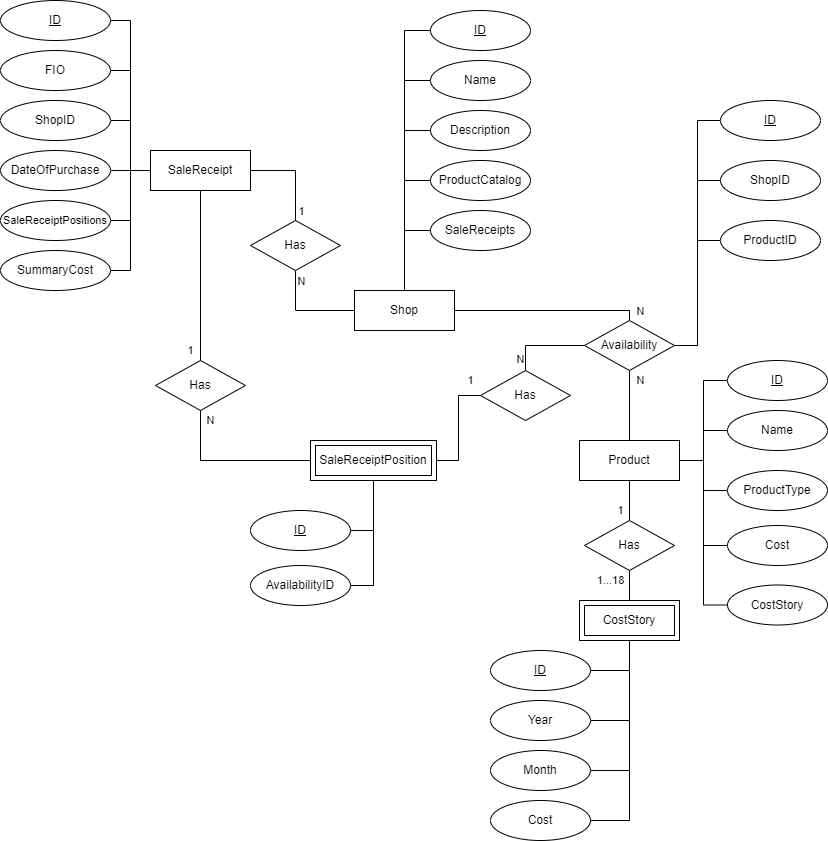
Yokud/DBCourseWork keeps this draw.io diagram as docs/imgs/ER.drawio.png. Above is the earlier version. Source tidied: cells renumbered, new cells last; positions are measured from the earlier drawing's top-left corner, leaving out a move shared by most shapes.
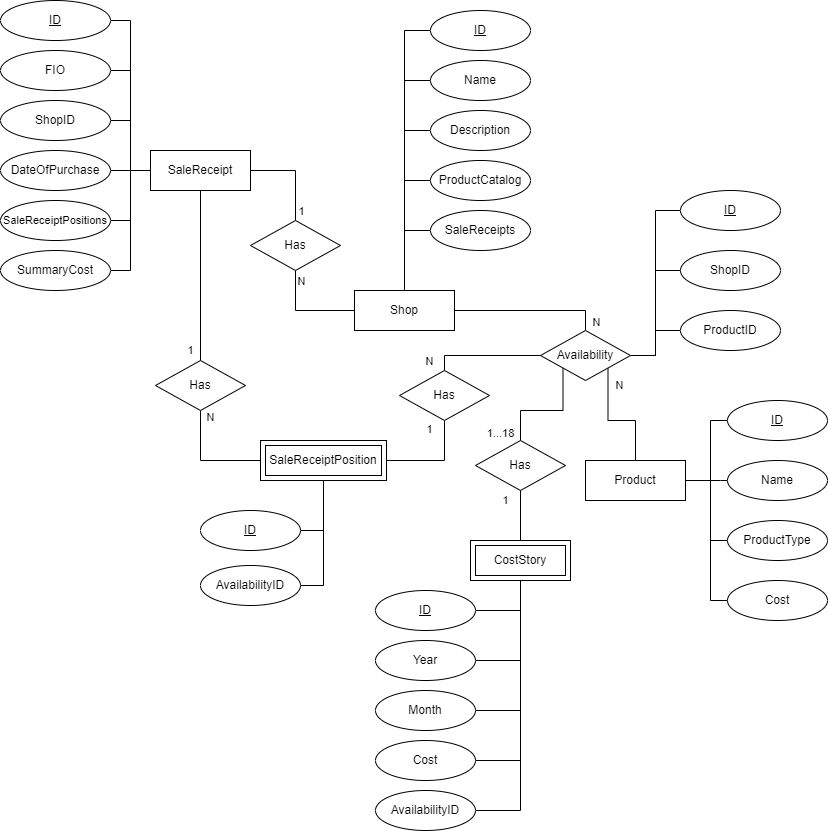
Above is the later version.

What changed in the source:
```diff
@@ -19,18 +19,15 @@
     <mxCell id="6" value="N" style="edgeStyle=orthogonalEdgeStyle;rounded=0;jettySize=auto;html=1;exitX=1;exitY=0.5;exitDx=0;exitDy=0;entryX=0.5;entryY=0;entryDx=0;entryDy=0;endArrow=none;endFill=0;" parent="1" edge="1" source="7" target="73">
       <mxGeometry x="0.9" y="11" relative="1" as="geometry">
         <Array as="points">
-          <mxPoint x="629" y="310" />
+          <mxPoint x="585" y="310" />
         </Array>
       </mxGeometry>
     </mxCell>
     <mxCell id="7" value="Shop" style="whiteSpace=wrap;html=1;align=center;" parent="1" vertex="1">
       <mxGeometry x="354" y="290" width="100" height="40" as="geometry" />
     </mxCell>
-    <mxCell id="8" value="1" style="edgeStyle=orthogonalEdgeStyle;rounded=0;jettySize=auto;html=1;exitX=0.5;exitY=1;exitDx=0;exitDy=0;entryX=0.5;entryY=0;entryDx=0;entryDy=0;endArrow=none;endFill=0;" parent="1" edge="1" source="9" target="49">
-      <mxGeometry x="0.5" y="-9" relative="1" as="geometry" />
-    </mxCell>
     <mxCell id="9" value="Product" style="whiteSpace=wrap;html=1;align=center;" parent="1" vertex="1">
-      <mxGeometry x="579" y="440" width="100" height="40" as="geometry" />
+      <mxGeometry x="585" y="460" width="100" height="40" as="geometry" />
     </mxCell>
     <mxCell id="10" style="edgeStyle=orthogonalEdgeStyle;rounded=0;jettySize=auto;html=1;exitX=0;exitY=0.5;exitDx=0;exitDy=0;entryX=0.5;entryY=0;entryDx=0;entryDy=0;endArrow=none;endFill=0;" parent="1" edge="1" source="11" target="7">
       <mxGeometry relative="1" as="geometry" />
@@ -118,113 +115,145 @@
     <mxCell id="37" style="edgeStyle=orthogonalEdgeStyle;rounded=0;jettySize=auto;html=1;exitX=0.5;exitY=1;exitDx=0;exitDy=0;entryX=1;entryY=0.5;entryDx=0;entryDy=0;endArrow=none;endFill=0;" parent="1" edge="1" source="39" target="68">
       <mxGeometry relative="1" as="geometry" />
     </mxCell>
-    <mxCell id="38" value="1" style="edgeStyle=orthogonalEdgeStyle;rounded=0;jettySize=auto;html=1;exitX=1;exitY=0.5;exitDx=0;exitDy=0;entryX=0;entryY=0.5;entryDx=0;entryDy=0;endArrow=none;endFill=0;" parent="1" edge="1" source="39" target="72">
+    <mxCell id="38" value="1" style="edgeStyle=orthogonalEdgeStyle;rounded=0;jettySize=auto;html=1;exitX=1;exitY=0.5;exitDx=0;exitDy=0;entryX=0.5;entryY=1;entryDx=0;entryDy=0;endArrow=none;endFill=0;" parent="1" edge="1" source="39" target="72">
       <mxGeometry x="0.82" y="15" relative="1" as="geometry" />
     </mxCell>
     <mxCell id="39" value="SaleReceiptPosition" style="shape=ext;margin=3;double=1;whiteSpace=wrap;html=1;align=center;" parent="1" vertex="1">
-      <mxGeometry x="310" y="440" width="126" height="40" as="geometry" />
+      <mxGeometry x="260" y="440" width="126" height="40" as="geometry" />
     </mxCell>
     <mxCell id="40" style="edgeStyle=orthogonalEdgeStyle;rounded=0;jettySize=auto;html=1;exitX=1;exitY=0.5;exitDx=0;exitDy=0;entryX=0.5;entryY=1;entryDx=0;entryDy=0;endArrow=none;endFill=0;" parent="1" edge="1" source="41" target="50">
       <mxGeometry relative="1" as="geometry" />
     </mxCell>
     <mxCell id="41" value="ID" style="ellipse;whiteSpace=wrap;html=1;align=center;fontStyle=4;" parent="1" vertex="1">
-      <mxGeometry x="490" y="650" width="100" height="40" as="geometry" />
+      <mxGeometry x="375" y="590" width="100" height="40" as="geometry" />
     </mxCell>
     <mxCell id="42" style="edgeStyle=orthogonalEdgeStyle;rounded=0;jettySize=auto;html=1;exitX=1;exitY=0.5;exitDx=0;exitDy=0;endArrow=none;endFill=0;entryX=0.5;entryY=1;entryDx=0;entryDy=0;" parent="1" edge="1" source="43" target="50">
       <mxGeometry relative="1" as="geometry" />
     </mxCell>
     <mxCell id="43" value="Year" style="ellipse;whiteSpace=wrap;html=1;align=center;" parent="1" vertex="1">
-      <mxGeometry x="490" y="700" width="100" height="40" as="geometry" />
+      <mxGeometry x="375" y="640" width="100" height="40" as="geometry" />
     </mxCell>
     <mxCell id="44" style="edgeStyle=orthogonalEdgeStyle;rounded=0;jettySize=auto;html=1;exitX=1;exitY=0.5;exitDx=0;exitDy=0;entryX=0.5;entryY=1;entryDx=0;entryDy=0;endArrow=none;endFill=0;" parent="1" edge="1" source="45" target="50">
       <mxGeometry relative="1" as="geometry" />
     </mxCell>
     <mxCell id="45" value="Month" style="ellipse;whiteSpace=wrap;html=1;align=center;" parent="1" vertex="1">
-      <mxGeometry x="490" y="750" width="100" height="40" as="geometry" />
+      <mxGeometry x="375" y="690" width="100" height="40" as="geometry" />
     </mxCell>
     <mxCell id="46" style="edgeStyle=orthogonalEdgeStyle;rounded=0;jettySize=auto;html=1;exitX=1;exitY=0.5;exitDx=0;exitDy=0;endArrow=none;endFill=0;entryX=0.5;entryY=1;entryDx=0;entryDy=0;" parent="1" edge="1" source="47" target="50">
       <mxGeometry relative="1" as="geometry" />
     </mxCell>
     <mxCell id="47" value="Cost" style="ellipse;whiteSpace=wrap;html=1;align=center;" parent="1" vertex="1">
-      <mxGeometry x="490" y="800" width="100" height="40" as="geometry" />
+      <mxGeometry x="375" y="740" width="100" height="40" as="geometry" />
     </mxCell>
-    <mxCell id="48" value="1...18" style="edgeStyle=orthogonalEdgeStyle;rounded=0;jettySize=auto;html=1;exitX=0.5;exitY=1;exitDx=0;exitDy=0;entryX=0.5;entryY=0;entryDx=0;entryDy=0;endArrow=none;endFill=0;" parent="1" edge="1" source="49" target="50">
-      <mxGeometry x="-0.33" y="-19" relative="1" as="geometry" />
+    <mxCell id="48" value="1" style="edgeStyle=orthogonalEdgeStyle;rounded=0;jettySize=auto;html=1;entryX=0.5;entryY=0;entryDx=0;entryDy=0;endArrow=none;endFill=0;exitX=0.5;exitY=1;exitDx=0;exitDy=0;" parent="1" edge="1" source="49" target="50">
+      <mxGeometry x="-0.6" y="-15" relative="1" as="geometry" />
     </mxCell>
-    <mxCell id="49" value="Has" style="shape=rhombus;perimeter=rhombusPerimeter;whiteSpace=wrap;html=1;align=center;" parent="1" vertex="1">
-      <mxGeometry x="584" y="520" width="90" height="50" as="geometry" />
-    </mxCell>
     <mxCell id="50" value="CostStory" style="shape=ext;margin=3;double=1;whiteSpace=wrap;html=1;align=center;" parent="1" vertex="1">
-      <mxGeometry x="579" y="600" width="100" height="40" as="geometry" />
+      <mxGeometry x="470" y="540" width="100" height="40" as="geometry" />
     </mxCell>
     <mxCell id="51" style="edgeStyle=orthogonalEdgeStyle;rounded=0;jettySize=auto;html=1;exitX=0;exitY=0.5;exitDx=0;exitDy=0;entryX=1;entryY=0.5;entryDx=0;entryDy=0;endArrow=none;endFill=0;" parent="1" edge="1" source="52" target="9">
-      <mxGeometry relative="1" as="geometry" />
+      <mxGeometry relative="1" as="geometry">
+        <Array as="points">
+          <mxPoint x="710" y="420" />
+          <mxPoint x="710" y="480" />
+        </Array>
+      </mxGeometry>
     </mxCell>
     <mxCell id="52" value="ID" style="ellipse;whiteSpace=wrap;html=1;align=center;fontStyle=4;" parent="1" vertex="1">
-      <mxGeometry x="727" y="360" width="100" height="40" as="geometry" />
+      <mxGeometry x="727" y="400" width="100" height="40" as="geometry" />
     </mxCell>
     <mxCell id="53" style="edgeStyle=orthogonalEdgeStyle;rounded=0;jettySize=auto;html=1;exitX=0;exitY=0.5;exitDx=0;exitDy=0;entryX=1;entryY=0.5;entryDx=0;entryDy=0;endArrow=none;endFill=0;" parent="1" edge="1" source="54" target="9">
-      <mxGeometry relative="1" as="geometry" />
+      <mxGeometry relative="1" as="geometry">
+        <Array as="points">
+          <mxPoint x="720" y="480" />
+          <mxPoint x="720" y="480" />
+        </Array>
+      </mxGeometry>
     </mxCell>
     <mxCell id="54" value="Name" style="ellipse;whiteSpace=wrap;html=1;align=center;" parent="1" vertex="1">
-      <mxGeometry x="727" y="410" width="100" height="40" as="geometry" />
+      <mxGeometry x="727" y="460" width="100" height="40" as="geometry" />
     </mxCell>
     <mxCell id="55" style="edgeStyle=orthogonalEdgeStyle;rounded=0;jettySize=auto;html=1;exitX=0;exitY=0.5;exitDx=0;exitDy=0;entryX=1;entryY=0.5;entryDx=0;entryDy=0;endArrow=none;endFill=0;" parent="1" edge="1" source="56" target="9">
-      <mxGeometry relative="1" as="geometry" />
+      <mxGeometry relative="1" as="geometry">
+        <Array as="points">
+          <mxPoint x="710" y="540" />
+          <mxPoint x="710" y="480" />
+        </Array>
+      </mxGeometry>
     </mxCell>
     <mxCell id="56" value="ProductType" style="ellipse;whiteSpace=wrap;html=1;align=center;" parent="1" vertex="1">
-      <mxGeometry x="727" y="470" width="100" height="40" as="geometry" />
+      <mxGeometry x="727" y="520" width="100" height="40" as="geometry" />
     </mxCell>
-    <mxCell id="57" style="edgeStyle=orthogonalEdgeStyle;rounded=0;jettySize=auto;html=1;exitX=0;exitY=0.5;exitDx=0;exitDy=0;entryX=1;entryY=0.5;entryDx=0;entryDy=0;endArrow=none;endFill=0;" parent="1" edge="1" source="58" target="9">
-      <mxGeometry relative="1" as="geometry" />
-    </mxCell>
-    <mxCell id="58" value="Cost" style="ellipse;whiteSpace=wrap;html=1;align=center;" parent="1" vertex="1">
-      <mxGeometry x="727" y="525" width="100" height="40" as="geometry" />
-    </mxCell>
-    <mxCell id="59" style="edgeStyle=orthogonalEdgeStyle;rounded=0;jettySize=auto;html=1;exitX=0;exitY=0.5;exitDx=0;exitDy=0;entryX=1;entryY=0.5;entryDx=0;entryDy=0;endArrow=none;endFill=0;" parent="1" edge="1" source="60" target="9">
-      <mxGeometry relative="1" as="geometry" />
-    </mxCell>
-    <mxCell id="60" value="CostStory" style="ellipse;whiteSpace=wrap;html=1;align=center;" parent="1" vertex="1">
-      <mxGeometry x="727" y="584.5" width="100" height="40" as="geometry" />
-    </mxCell>
-    <mxCell id="61" value="N" style="edgeStyle=orthogonalEdgeStyle;rounded=0;jettySize=auto;html=1;entryX=0.5;entryY=0;entryDx=0;entryDy=0;endArrow=none;endFill=0;exitX=0.5;exitY=1;exitDx=0;exitDy=0;" parent="1" edge="1" source="73" target="9">
+    <mxCell id="61" value="N" style="edgeStyle=orthogonalEdgeStyle;rounded=0;jettySize=auto;html=1;entryX=0.5;entryY=0;entryDx=0;entryDy=0;endArrow=none;endFill=0;exitX=1;exitY=1;exitDx=0;exitDy=0;" parent="1" edge="1" source="73" target="9">
       <mxGeometry x="-0.71" y="11" relative="1" as="geometry" />
     </mxCell>
     <mxCell id="62" style="edgeStyle=orthogonalEdgeStyle;rounded=0;jettySize=auto;html=1;exitX=0;exitY=0.5;exitDx=0;exitDy=0;entryX=1;entryY=0.5;entryDx=0;entryDy=0;endArrow=none;endFill=0;" parent="1" edge="1" source="63" target="73">
       <mxGeometry relative="1" as="geometry" />
     </mxCell>
     <mxCell id="63" value="ShopID" style="ellipse;whiteSpace=wrap;html=1;align=center;" parent="1" vertex="1">
-      <mxGeometry x="720" y="160" width="100" height="40" as="geometry" />
+      <mxGeometry x="680" y="250" width="100" height="40" as="geometry" />
     </mxCell>
     <mxCell id="64" style="edgeStyle=orthogonalEdgeStyle;rounded=0;jettySize=auto;html=1;exitX=0;exitY=0.5;exitDx=0;exitDy=0;entryX=1;entryY=0.5;entryDx=0;entryDy=0;endArrow=none;endFill=0;" parent="1" edge="1" source="65" target="73">
       <mxGeometry relative="1" as="geometry" />
     </mxCell>
     <mxCell id="65" value="ProductID" style="ellipse;whiteSpace=wrap;html=1;align=center;" parent="1" vertex="1">
-      <mxGeometry x="720" y="220" width="100" height="40" as="geometry" />
+      <mxGeometry x="680" y="310" width="100" height="40" as="geometry" />
     </mxCell>
     <mxCell id="66" style="edgeStyle=orthogonalEdgeStyle;rounded=0;jettySize=auto;html=1;exitX=0;exitY=0.5;exitDx=0;exitDy=0;entryX=1;entryY=0.5;entryDx=0;entryDy=0;endArrow=none;endFill=0;" parent="1" edge="1" source="67" target="73">
       <mxGeometry relative="1" as="geometry" />
     </mxCell>
     <mxCell id="67" value="ID" style="ellipse;whiteSpace=wrap;html=1;align=center;fontStyle=4;" parent="1" vertex="1">
-      <mxGeometry x="720" y="100" width="100" height="40" as="geometry" />
+      <mxGeometry x="680" y="190" width="100" height="40" as="geometry" />
     </mxCell>
     <mxCell id="68" value="ID" style="ellipse;whiteSpace=wrap;html=1;align=center;fontStyle=4;" parent="1" vertex="1">
-      <mxGeometry x="250" y="510" width="100" height="40" as="geometry" />
+      <mxGeometry x="200" y="510" width="100" height="40" as="geometry" />
     </mxCell>
     <mxCell id="69" style="edgeStyle=orthogonalEdgeStyle;rounded=0;jettySize=auto;html=1;exitX=1;exitY=0.5;exitDx=0;exitDy=0;entryX=0.5;entryY=1;entryDx=0;entryDy=0;endArrow=none;endFill=0;" parent="1" edge="1" source="70" target="39">
       <mxGeometry relative="1" as="geometry" />
     </mxCell>
     <mxCell id="70" value="AvailabilityID" style="ellipse;whiteSpace=wrap;html=1;align=center;" parent="1" vertex="1">
-      <mxGeometry x="250" y="565" width="100" height="40" as="geometry" />
+      <mxGeometry x="200" y="565" width="100" height="40" as="geometry" />
     </mxCell>
     <mxCell id="71" value="N" style="edgeStyle=orthogonalEdgeStyle;rounded=0;jettySize=auto;html=1;exitX=0.5;exitY=0;exitDx=0;exitDy=0;entryX=0;entryY=0.5;entryDx=0;entryDy=0;endArrow=none;endFill=0;" parent="1" edge="1" source="72" target="73">
-      <mxGeometry x="-0.73" y="5" relative="1" as="geometry" />
+      <mxGeometry x="-0.84" y="15" relative="1" as="geometry">
+        <Array as="points">
+          <mxPoint x="444" y="355" />
+        </Array>
+      </mxGeometry>
     </mxCell>
     <mxCell id="72" value="Has" style="shape=rhombus;perimeter=rhombusPerimeter;whiteSpace=wrap;html=1;align=center;" parent="1" vertex="1">
-      <mxGeometry x="480" y="370" width="90" height="50" as="geometry" />
+      <mxGeometry x="399" y="370" width="90" height="50" as="geometry" />
     </mxCell>
+    <mxCell id="74" value="1...18" style="edgeStyle=orthogonalEdgeStyle;rounded=0;jettySize=auto;html=1;exitX=0;exitY=1;exitDx=0;exitDy=0;entryX=0.5;entryY=0;entryDx=0;entryDy=0;endArrow=none;endFill=0;" parent="1" edge="1" source="73" target="49">
+      <mxGeometry x="0.88" y="-20" relative="1" as="geometry">
+        <Array as="points">
+          <mxPoint x="563" y="410" />
+          <mxPoint x="520" y="410" />
+        </Array>
+      </mxGeometry>
+    </mxCell>
     <mxCell id="73" value="Availability" style="shape=rhombus;perimeter=rhombusPerimeter;whiteSpace=wrap;html=1;align=center;" parent="1" vertex="1">
-      <mxGeometry x="584" y="320" width="90" height="50" as="geometry" />
+      <mxGeometry x="540" y="330" width="90" height="50" as="geometry" />
     </mxCell>
+    <mxCell id="49" value="Has" style="shape=rhombus;perimeter=rhombusPerimeter;whiteSpace=wrap;html=1;align=center;" parent="1" vertex="1">
+      <mxGeometry x="475" y="440" width="90" height="50" as="geometry" />
+    </mxCell>
+    <mxCell id="75" style="edgeStyle=orthogonalEdgeStyle;rounded=0;jettySize=auto;html=1;exitX=1;exitY=0.5;exitDx=0;exitDy=0;entryX=0.5;entryY=1;entryDx=0;entryDy=0;endArrow=none;endFill=0;" parent="1" edge="1" source="76" target="50">
+      <mxGeometry relative="1" as="geometry" />
+    </mxCell>
+    <mxCell id="76" value="AvailabilityID" style="ellipse;whiteSpace=wrap;html=1;align=center;" parent="1" vertex="1">
+      <mxGeometry x="375" y="790" width="100" height="40" as="geometry" />
+    </mxCell>
+    <mxCell id="57" style="edgeStyle=orthogonalEdgeStyle;rounded=0;jettySize=auto;html=1;exitX=0;exitY=0.5;exitDx=0;exitDy=0;entryX=1;entryY=0.5;entryDx=0;entryDy=0;endArrow=none;endFill=0;" parent="1" edge="1" source="58" target="9">
+      <mxGeometry relative="1" as="geometry">
+        <Array as="points">
+          <mxPoint x="710" y="600" />
+          <mxPoint x="710" y="480" />
+        </Array>
+      </mxGeometry>
+    </mxCell>
+    <mxCell id="58" value="Cost" style="ellipse;whiteSpace=wrap;html=1;align=center;" parent="1" vertex="1">
+      <mxGeometry x="727" y="580" width="100" height="40" as="geometry" />
+    </mxCell>
   </root>
 </mxGraphModel>
```
